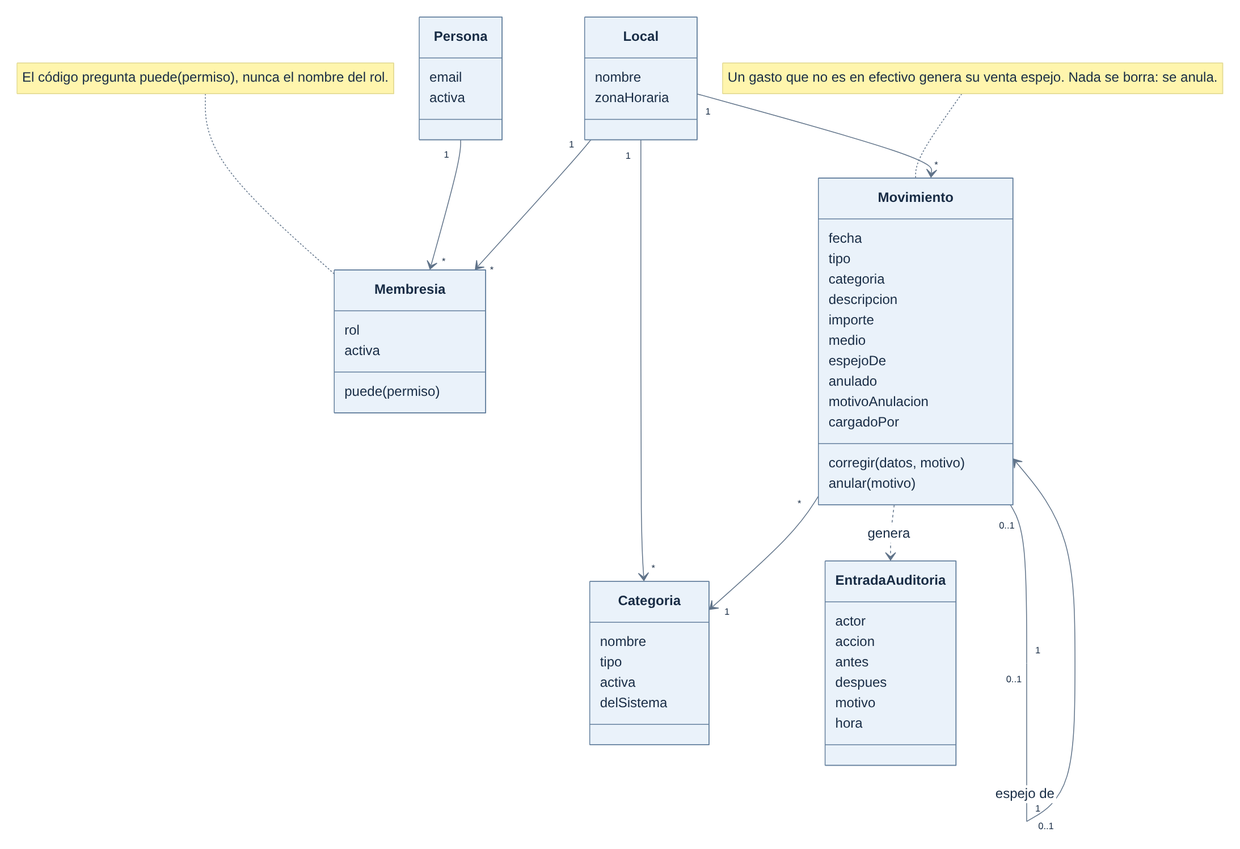
Before: docs/diagramas/png/CLA-01.png, a diagram exported from Mermaid (aleharo2003/floky-cuadernos). Its source is kept beside it as docs/diagramas/fuentes/CLA-01.mmd.
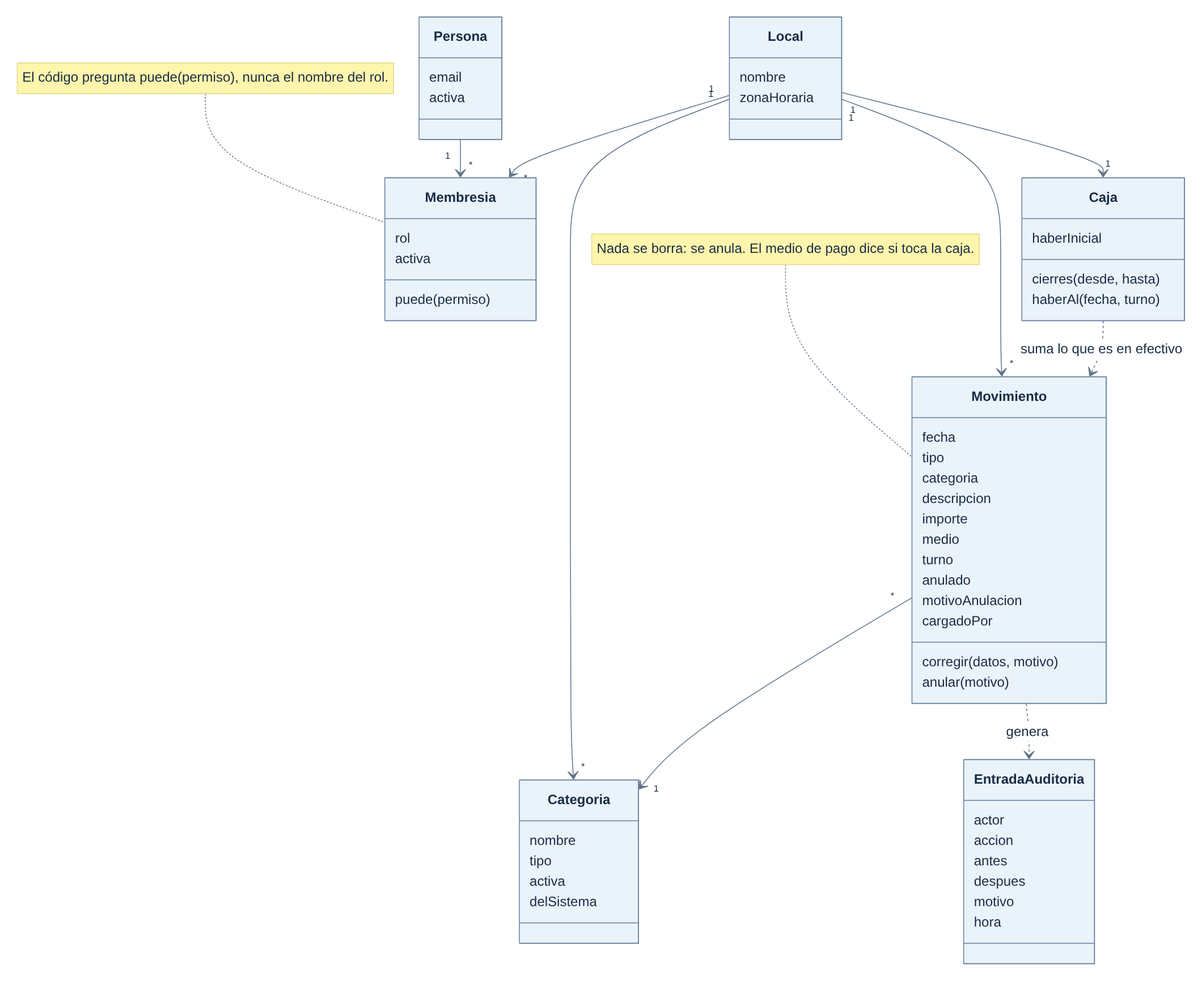
The same diagram one commit later.

The edit, as a diff of the source:
```diff
@@ -19,7 +19,7 @@
         descripcion
         importe
         medio
-        espejoDe
+        turno
         anulado
         motivoAnulacion
         cargadoPor
@@ -31,6 +31,11 @@
         tipo
         activa
         delSistema
+    }
+    class Caja {
+        haberInicial
+        cierres(desde, hasta)
+        haberAl(fecha, turno)
     }
     class EntradaAuditoria {
         actor
@@ -45,7 +50,8 @@
     Local "1" --> "*" Movimiento
     Local "1" --> "*" Categoria
     Movimiento "*" --> "1" Categoria
-    Movimiento "0..1" --> "1" Movimiento : espejo de
+    Local "1" --> "1" Caja
+    Caja ..> Movimiento : suma lo que es en efectivo
     Movimiento ..> EntradaAuditoria : genera
-    note for Movimiento "Un gasto que no es en efectivo genera su venta espejo. Nada se borra: se anula."
+    note for Movimiento "Nada se borra: se anula. El medio de pago dice si toca la caja."
     note for Membresia "El código pregunta puede(permiso), nunca el nombre del rol."
```
